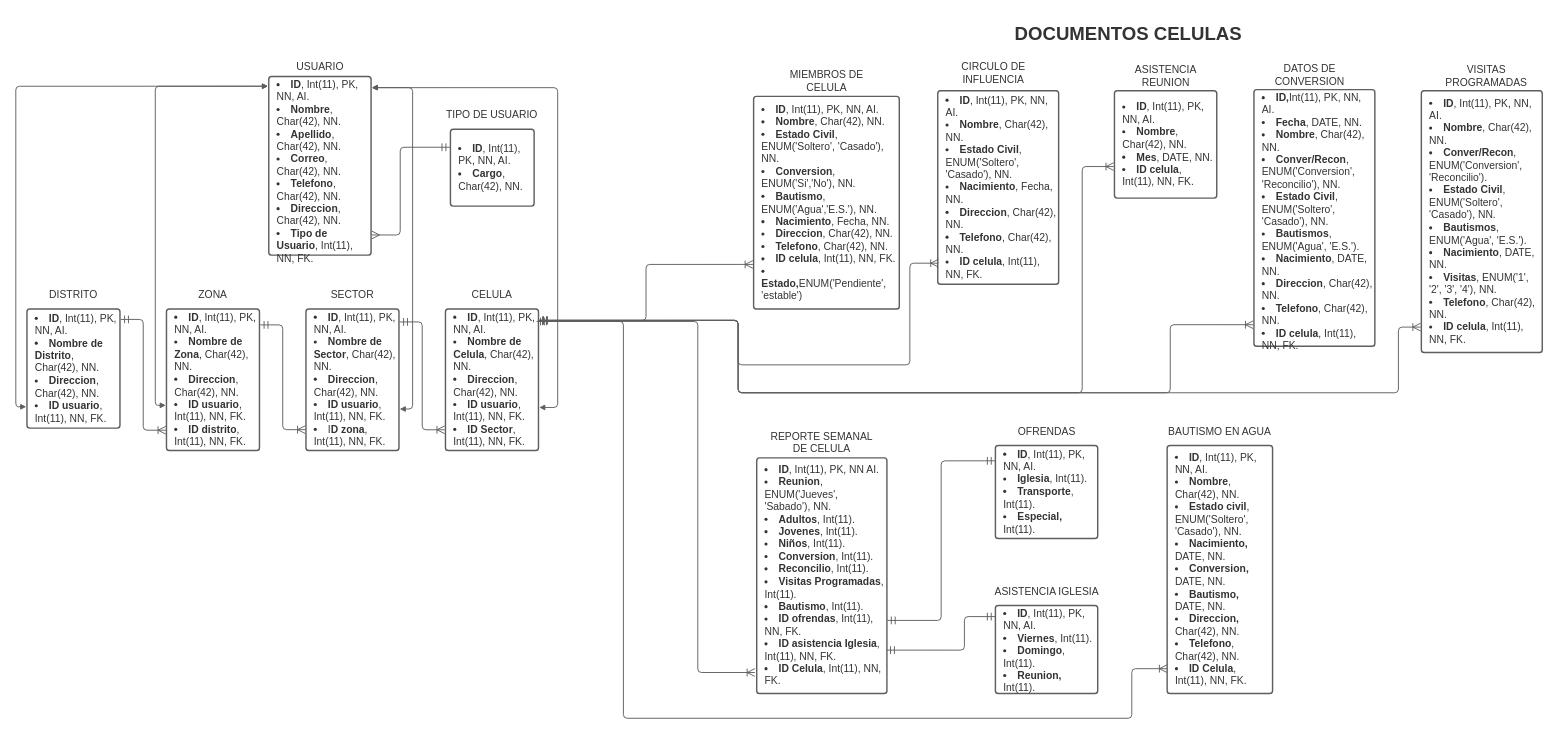
The draw.io diagram page "entidad-relacion" (1 of 2) of Diagrama 1.drawio in KJCarvajal/la-cosecha, before the edit. Source tidied: cells renumbered, new cells numbered last; positions are measured from the earlier drawing's top-left corner, leaving out a move shared by most shapes. Both pictures are drawn from the tidied source at 62%, with x=0, y=0 at pixel (16, 11).
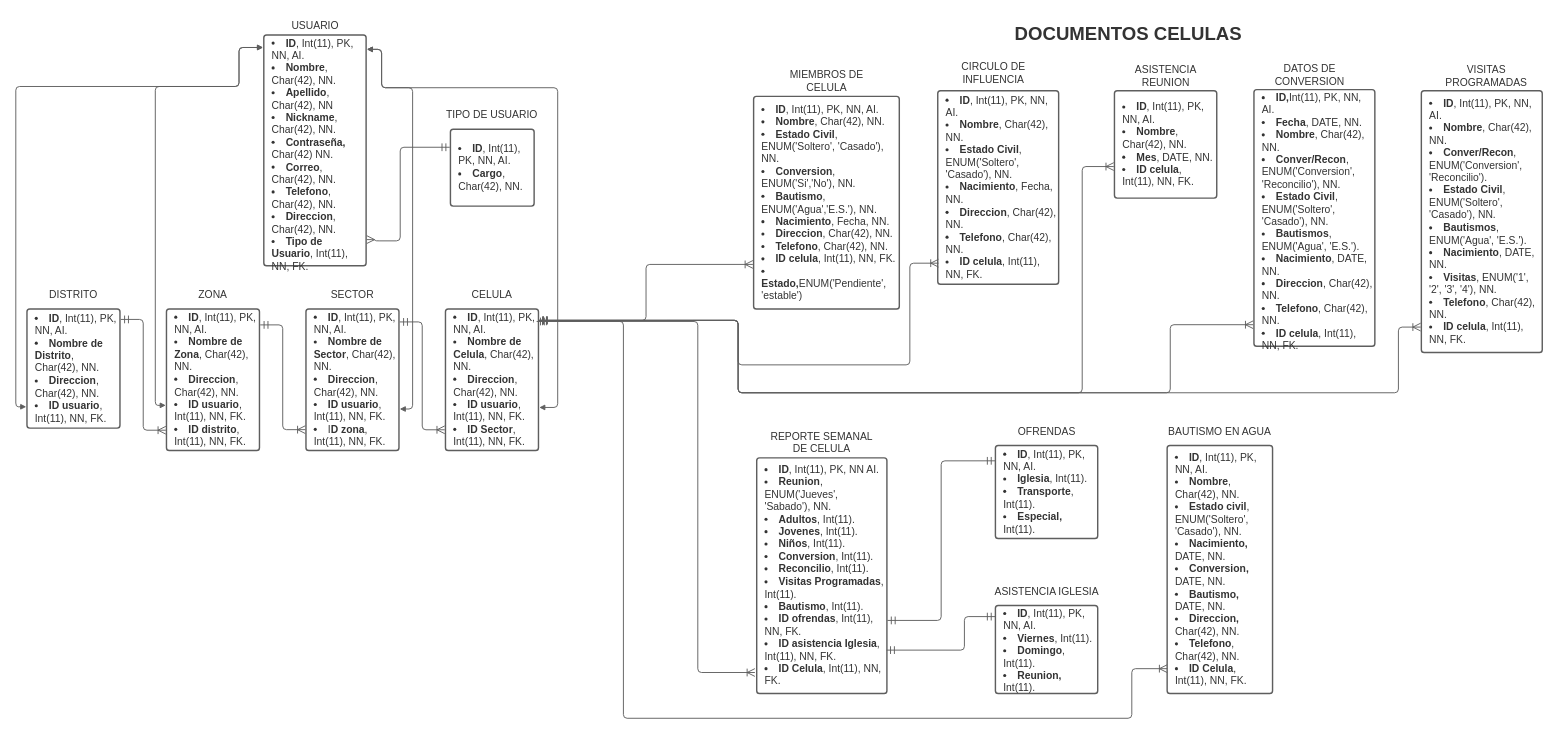
Above is the later version.

Unchanged cells that the change refers to:
```xml
<mxCell id="4" value="&lt;ul style=&quot;margin: 0px; padding-left: 10px;list-style-position: inside; list-style-type:disc&quot;&gt;&lt;li style=&quot;text-align:left;color:#333333;font-size:16.7px;&quot;&gt;&lt;span style=&quot;margin-left: 0px;margin-top: -2px;&quot;&gt;&lt;span style=&quot;font-size:16.7px;color:#333333;font-weight: bold;&quot;&gt;ID&lt;/span&gt;&lt;span style=&quot;font-size:16.7px;color:#333333;&quot;&gt;, Int(11), PK, NN, AI.&lt;/span&gt;&lt;/span&gt;&lt;/li&gt;&lt;li style=&quot;text-align:left;color:#333333;font-size:16.7px;&quot;&gt;&lt;span style=&quot;margin-left: 0px;margin-top: -2px;&quot;&gt;&lt;span style=&quot;font-size:16.7px;color:#333333;&quot;&gt;&lt;span style=&quot;font-size:16.7px;color:#333333;font-weight: bold;&quot;&gt;Cargo&lt;/span&gt;, Char(42), NN.&lt;/span&gt;&lt;/span&gt;&lt;/li&gt;&lt;/ul&gt;" style="html=1;overflow=block;blockSpacing=1;whiteSpace=wrap;fontSize=13;spacing=3.8;strokeColor=#5e5e5e;strokeOpacity=100;rounded=1;absoluteArcSize=1;arcSize=9;strokeWidth=2.3;" parent="1" vertex="1">
  <mxGeometry x="701" y="190" width="135" height="124" as="geometry" />
</mxCell>
<mxCell id="7" value="&lt;ul style=&quot;margin: 0px; padding-left: 10px;list-style-position: inside; list-style-type:disc&quot;&gt;&lt;li style=&quot;text-align:left;color:#333333;font-size:16.7px;&quot;&gt;&lt;span style=&quot;margin-left: 0px;margin-top: -2px;&quot;&gt;&lt;span style=&quot;font-size:16.7px;color:#333333;font-weight: bold;&quot;&gt;ID&lt;/span&gt;&lt;span style=&quot;font-size:16.7px;color:#333333;&quot;&gt;, Int(11), PK, NN, AI.&lt;/span&gt;&lt;/span&gt;&lt;/li&gt;&lt;li style=&quot;text-align:left;color:#333333;font-size:16.7px;&quot;&gt;&lt;span style=&quot;margin-left: 0px;margin-top: -2px;&quot;&gt;&lt;span style=&quot;font-size:16.7px;color:#333333;&quot;&gt;&lt;span style=&quot;font-size:16.7px;color:#333333;font-weight: bold;&quot;&gt;Nombre de Distrito&lt;/span&gt;, Char(42), NN.&lt;/span&gt;&lt;/span&gt;&lt;/li&gt;&lt;li style=&quot;text-align:left;color:#333333;font-size:16.7px;&quot;&gt;&lt;span style=&quot;margin-left: 0px;margin-top: -2px;&quot;&gt;&lt;span style=&quot;font-size:16.7px;color:#333333;&quot;&gt;&lt;span style=&quot;font-size:16.7px;color:#333333;font-weight: bold;&quot;&gt;Direccion&lt;/span&gt;, Char(42), NN.&lt;/span&gt;&lt;/span&gt;&lt;/li&gt;&lt;li style=&quot;text-align:left;color:#333333;font-size:16.7px;&quot;&gt;&lt;span style=&quot;margin-left: 0px;margin-top: -2px;&quot;&gt;&lt;span style=&quot;font-size:16.7px;color:#333333;&quot;&gt;&lt;span style=&quot;font-size:16.7px;color:#333333;font-weight: bold;&quot;&gt;ID usuario&lt;/span&gt;, Int(11), NN, FK.&lt;/span&gt;&lt;/span&gt;&lt;/li&gt;&lt;/ul&gt;" style="html=1;overflow=block;blockSpacing=1;whiteSpace=wrap;fontSize=13;spacing=3.8;strokeColor=#5e5e5e;strokeOpacity=100;rounded=1;absoluteArcSize=1;arcSize=9;strokeWidth=2.3;" parent="1" vertex="1">
  <mxGeometry x="18" y="480" width="150" height="192" as="geometry" />
</mxCell>
<mxCell id="8" value="&lt;ul style=&quot;margin: 0px; padding-left: 10px;list-style-position: inside; list-style-type:disc&quot;&gt;&lt;li style=&quot;text-align:left;color:#333333;font-size:16.7px;&quot;&gt;&lt;span style=&quot;margin-left: 0px;margin-top: -2px;&quot;&gt;&lt;span style=&quot;font-size:16.7px;color:#333333;font-weight: bold;&quot;&gt;ID&lt;/span&gt;&lt;span style=&quot;font-size:16.7px;color:#333333;&quot;&gt;, Int(11), PK, NN, AI.&lt;/span&gt;&lt;/span&gt;&lt;/li&gt;&lt;li style=&quot;text-align:left;color:#333333;font-size:16.7px;&quot;&gt;&lt;span style=&quot;margin-left: 0px;margin-top: -2px;&quot;&gt;&lt;span style=&quot;font-size:16.7px;color:#333333;&quot;&gt;&lt;span style=&quot;font-size:16.7px;color:#333333;font-weight: bold;&quot;&gt;Nombre de Zona&lt;/span&gt;, Char(42), NN.&lt;/span&gt;&lt;/span&gt;&lt;/li&gt;&lt;li style=&quot;text-align:left;color:#333333;font-size:16.7px;&quot;&gt;&lt;span style=&quot;margin-left: 0px;margin-top: -2px;&quot;&gt;&lt;span style=&quot;font-size:16.7px;color:#333333;&quot;&gt;&lt;span style=&quot;font-size:16.7px;color:#333333;font-weight: bold;&quot;&gt;Direccion&lt;/span&gt;, Char(42), NN.&lt;/span&gt;&lt;/span&gt;&lt;/li&gt;&lt;li style=&quot;text-align:left;color:#333333;font-size:16.7px;&quot;&gt;&lt;span style=&quot;margin-left: 0px;margin-top: -2px;&quot;&gt;&lt;span style=&quot;font-size:16.7px;color:#333333;&quot;&gt;&lt;span style=&quot;font-size:16.7px;color:#333333;font-weight: bold;&quot;&gt;ID usuario&lt;/span&gt;, Int(11), NN, FK.&lt;/span&gt;&lt;/span&gt;&lt;/li&gt;&lt;li style=&quot;text-align:left;color:#333333;font-size:16.7px;&quot;&gt;&lt;span style=&quot;margin-left: 0px;margin-top: -2px;&quot;&gt;&lt;span style=&quot;font-size:16.7px;color:#333333;&quot;&gt;&lt;span style=&quot;font-size:16.7px;color:#333333;font-weight: bold;&quot;&gt;ID distrito&lt;/span&gt;, Int(11), NN, FK.&lt;/span&gt;&lt;/span&gt;&lt;/li&gt;&lt;/ul&gt;" style="html=1;overflow=block;blockSpacing=1;whiteSpace=wrap;fontSize=13;spacing=3.8;strokeColor=#5e5e5e;strokeOpacity=100;rounded=1;absoluteArcSize=1;arcSize=9;strokeWidth=2.3;" parent="1" vertex="1">
  <mxGeometry x="243" y="480" width="150" height="228" as="geometry" />
</mxCell>
<mxCell id="11" value="&lt;ul style=&quot;margin: 0px; padding-left: 10px;list-style-position: inside; list-style-type:disc&quot;&gt;&lt;li style=&quot;text-align:left;color:#333333;font-size:16.7px;&quot;&gt;&lt;span style=&quot;margin-left: 0px;margin-top: -2px;&quot;&gt;&lt;span style=&quot;font-size:16.7px;color:#333333;font-weight: bold;&quot;&gt;ID&lt;/span&gt;&lt;span style=&quot;font-size:16.7px;color:#333333;&quot;&gt;, Int(11), PK, NN, AI.&lt;/span&gt;&lt;/span&gt;&lt;/li&gt;&lt;li style=&quot;text-align:left;color:#333333;font-size:16.7px;&quot;&gt;&lt;span style=&quot;margin-left: 0px;margin-top: -2px;&quot;&gt;&lt;span style=&quot;font-size:16.7px;color:#333333;&quot;&gt;&lt;span style=&quot;font-size:16.7px;color:#333333;font-weight: bold;&quot;&gt;Nombre de Sector&lt;/span&gt;, Char(42), NN.&lt;/span&gt;&lt;/span&gt;&lt;/li&gt;&lt;li style=&quot;text-align:left;color:#333333;font-size:16.7px;&quot;&gt;&lt;span style=&quot;margin-left: 0px;margin-top: -2px;&quot;&gt;&lt;span style=&quot;font-size:16.7px;color:#333333;&quot;&gt;&lt;span style=&quot;font-size:16.7px;color:#333333;font-weight: bold;&quot;&gt;Direccion&lt;/span&gt;, Char(42), NN.&lt;/span&gt;&lt;/span&gt;&lt;/li&gt;&lt;li style=&quot;text-align:left;color:#333333;font-size:16.7px;&quot;&gt;&lt;span style=&quot;margin-left: 0px;margin-top: -2px;&quot;&gt;&lt;span style=&quot;font-size:16.7px;color:#333333;&quot;&gt;&lt;span style=&quot;font-size:16.7px;color:#333333;font-weight: bold;&quot;&gt;ID usuario&lt;/span&gt;, Int(11), NN, FK.&lt;/span&gt;&lt;/span&gt;&lt;/li&gt;&lt;li style=&quot;text-align:left;color:#333333;font-size:16.7px;&quot;&gt;&lt;span style=&quot;margin-left: 0px;margin-top: -2px;&quot;&gt;&lt;span style=&quot;font-size:16.7px;color:#333333;&quot;&gt;&lt;span style=&quot;font-size:16.7px;color:#333333;&quot;&gt;I&lt;/span&gt;&lt;span style=&quot;font-size:16.7px;color:#333333;font-weight: bold;&quot;&gt;D zona&lt;/span&gt;, Int(11), NN, FK.&lt;/span&gt;&lt;/span&gt;&lt;/li&gt;&lt;/ul&gt;" style="html=1;overflow=block;blockSpacing=1;whiteSpace=wrap;fontSize=13;spacing=3.8;strokeColor=#5e5e5e;strokeOpacity=100;rounded=1;absoluteArcSize=1;arcSize=9;strokeWidth=2.3;" parent="1" vertex="1">
  <mxGeometry x="468" y="480" width="150" height="228" as="geometry" />
</mxCell>
<mxCell id="13" value="&lt;ul style=&quot;margin: 0px; padding-left: 10px;list-style-position: inside; list-style-type:disc&quot;&gt;&lt;li style=&quot;text-align:left;color:#333333;font-size:16.7px;&quot;&gt;&lt;span style=&quot;margin-left: 0px;margin-top: -2px;&quot;&gt;&lt;span style=&quot;font-size:16.7px;color:#333333;font-weight: bold;&quot;&gt;ID&lt;/span&gt;&lt;span style=&quot;font-size:16.7px;color:#333333;&quot;&gt;, Int(11), PK, NN, AI.&lt;/span&gt;&lt;/span&gt;&lt;/li&gt;&lt;li style=&quot;text-align:left;color:#333333;font-size:16.7px;&quot;&gt;&lt;span style=&quot;margin-left: 0px;margin-top: -2px;&quot;&gt;&lt;span style=&quot;font-size:16.7px;color:#333333;&quot;&gt;&lt;span style=&quot;font-size:16.7px;color:#333333;font-weight: bold;&quot;&gt;Nombre de Celula&lt;/span&gt;, Char(42), NN.&lt;/span&gt;&lt;/span&gt;&lt;/li&gt;&lt;li style=&quot;text-align:left;color:#333333;font-size:16.7px;&quot;&gt;&lt;span style=&quot;margin-left: 0px;margin-top: -2px;&quot;&gt;&lt;span style=&quot;font-size:16.7px;color:#333333;&quot;&gt;&lt;span style=&quot;font-size:16.7px;color:#333333;font-weight: bold;&quot;&gt;Direccion&lt;/span&gt;, Char(42), NN.&lt;/span&gt;&lt;/span&gt;&lt;/li&gt;&lt;li style=&quot;text-align:left;color:#333333;font-size:16.7px;&quot;&gt;&lt;span style=&quot;margin-left: 0px;margin-top: -2px;&quot;&gt;&lt;span style=&quot;font-size:16.7px;color:#333333;&quot;&gt;&lt;span style=&quot;font-size:16.7px;color:#333333;font-weight: bold;&quot;&gt;ID usuario&lt;/span&gt;, Int(11), NN, FK.&lt;/span&gt;&lt;/span&gt;&lt;/li&gt;&lt;li style=&quot;text-align:left;color:#333333;font-size:16.7px;&quot;&gt;&lt;span style=&quot;margin-left: 0px;margin-top: -2px;&quot;&gt;&lt;span style=&quot;font-size:16.7px;color:#333333;&quot;&gt;&lt;span style=&quot;font-size:16.7px;color:#333333;font-weight: bold;&quot;&gt;ID Sector&lt;/span&gt;, Int(11), NN, FK.&lt;/span&gt;&lt;/span&gt;&lt;/li&gt;&lt;/ul&gt;" style="html=1;overflow=block;blockSpacing=1;whiteSpace=wrap;fontSize=13;spacing=3.8;strokeColor=#5e5e5e;strokeOpacity=100;rounded=1;absoluteArcSize=1;arcSize=9;strokeWidth=2.3;" parent="1" vertex="1">
  <mxGeometry x="693" y="480" width="150" height="228" as="geometry" />
</mxCell>
```

What changed in the source:
```diff
@@
-    <mxCell id="2" value="&lt;ul style=&quot;margin: 0px; padding-left: 10px;list-style-position: inside; list-style-type:disc&quot;&gt;&lt;li style=&quot;text-align:left;color:#333333;font-size:16.7px;&quot;&gt;&lt;span style=&quot;margin-left: 0px;margin-top: -2px;&quot;&gt;&lt;span style=&quot;font-size:16.7px;color:#333333;font-weight: bold;&quot;&gt;ID&lt;/span&gt;&lt;span style=&quot;font-size:16.7px;color:#333333;&quot;&gt;, Int(11), PK, NN, AI.&lt;/span&gt;&lt;/span&gt;&lt;/li&gt;&lt;li style=&quot;text-align:left;color:#333333;font-size:16.7px;&quot;&gt;&lt;span style=&quot;margin-left: 0px;margin-top: -2px;&quot;&gt;&lt;span style=&quot;font-size:16.7px;color:#333333;&quot;&gt;&lt;span style=&quot;font-size:16.7px;color:#333333;font-weight: bold;&quot;&gt;Nombre&lt;/span&gt;, Char(42), NN.&lt;/span&gt;&lt;/span&gt;&lt;/li&gt;&lt;li style=&quot;text-align:left;color:#333333;font-size:16.7px;&quot;&gt;&lt;span style=&quot;margin-left: 0px;margin-top: -2px;&quot;&gt;&lt;span style=&quot;font-size:16.7px;color:#333333;&quot;&gt;&lt;span style=&quot;font-size:16.7px;color:#333333;font-weight: bold;&quot;&gt;Apellido&lt;/span&gt;, Char(42), NN.&lt;/span&gt;&lt;/span&gt;&lt;/li&gt;&lt;li style=&quot;text-align:left;color:#333333;font-size:16.7px;&quot;&gt;&lt;span style=&quot;margin-left: 0px;margin-top: -2px;&quot;&gt;&lt;span style=&quot;font-size:16.7px;color:#333333;&quot;&gt;&lt;span style=&quot;font-size:16.7px;color:#333333;font-weight: bold;&quot;&gt;Correo&lt;/span&gt;, Char(42), NN.&lt;/span&gt;&lt;/span&gt;&lt;/li&gt;&lt;li style=&quot;text-align:left;color:#333333;font-size:16.7px;&quot;&gt;&lt;span style=&quot;margin-left: 0px;margin-top: -2px;&quot;&gt;&lt;span style=&quot;font-size:16.7px;color:#333333;&quot;&gt;&lt;span style=&quot;font-size:16.7px;color:#333333;font-weight: bold;&quot;&gt;Telefono&lt;/span&gt;, Char(42), NN.&lt;/span&gt;&lt;/span&gt;&lt;/li&gt;&lt;li style=&quot;text-align:left;color:#333333;font-size:16.7px;&quot;&gt;&lt;span style=&quot;margin-left: 0px;margin-top: -2px;&quot;&gt;&lt;span style=&quot;font-size:16.7px;color:#333333;&quot;&gt;&lt;span style=&quot;font-size:16.7px;color:#333333;font-weight: bold;&quot;&gt;Direccion&lt;/span&gt;, Char(42), NN.&lt;/span&gt;&lt;/span&gt;&lt;/li&gt;&lt;li style=&quot;text-align:left;color:#333333;font-size:16.7px;&quot;&gt;&lt;span style=&quot;margin-left: 0px;margin-top: -2px;&quot;&gt;&lt;span style=&quot;font-size:16.7px;color:#333333;&quot;&gt;&lt;span style=&quot;font-size:16.7px;color:#333333;font-weight: bold;&quot;&gt;Tipo de Usuario&lt;/span&gt;, Int(11), NN, FK.&lt;/span&gt;&lt;/span&gt;&lt;/li&gt;&lt;/ul&gt;" style="html=1;overflow=block;blockSpacing=1;whiteSpace=wrap;fontSize=13;spacing=3.8;strokeColor=#5e5e5e;strokeOpacity=100;rounded=1;absoluteArcSize=1;arcSize=9;strokeWidth=2.3;" parent="1" vertex="1">
-      <mxGeometry x="408" y="105" width="165" height="288" as="geometry" />
+    <mxCell id="2" value="&lt;ul style=&quot;margin: 0px ; padding-left: 10px ; list-style-position: inside ; list-style-type: disc&quot;&gt;&lt;li style=&quot;text-align: left ; color: #333333 ; font-size: 16.7px&quot;&gt;&lt;span style=&quot;margin-left: 0px ; margin-top: -2px&quot;&gt;&lt;span style=&quot;font-size: 16.7px ; color: #333333 ; font-weight: bold&quot;&gt;ID&lt;/span&gt;&lt;span style=&quot;font-size: 16.7px ; color: #333333&quot;&gt;, Int(11), PK, NN, AI.&lt;/span&gt;&lt;/span&gt;&lt;/li&gt;&lt;li style=&quot;text-align: left ; color: #333333 ; font-size: 16.7px&quot;&gt;&lt;span style=&quot;margin-left: 0px ; margin-top: -2px&quot;&gt;&lt;span style=&quot;font-size: 16.7px ; color: #333333&quot;&gt;&lt;span style=&quot;font-size: 16.7px ; color: #333333 ; font-weight: bold&quot;&gt;Nombre&lt;/span&gt;, Char(42), NN.&lt;/span&gt;&lt;/span&gt;&lt;/li&gt;&lt;li style=&quot;text-align: left ; color: #333333 ; font-size: 16.7px&quot;&gt;&lt;span style=&quot;margin-left: 0px ; margin-top: -2px&quot;&gt;&lt;span style=&quot;font-size: 16.7px ; color: #333333&quot;&gt;&lt;span style=&quot;font-size: 16.7px ; color: #333333 ; font-weight: bold&quot;&gt;Apellido&lt;/span&gt;, Char(42), NN&lt;/span&gt;&lt;/span&gt;&lt;/li&gt;&lt;li style=&quot;text-align: left ; color: #333333 ; font-size: 16.7px&quot;&gt;&lt;span style=&quot;margin-left: 0px ; margin-top: -2px&quot;&gt;&lt;span style=&quot;font-size: 16.7px ; color: #333333&quot;&gt;&lt;b&gt;Nickname&lt;/b&gt;, Char(42), NN.&lt;br&gt;&lt;/span&gt;&lt;/span&gt;&lt;/li&gt;&lt;li style=&quot;text-align: left ; color: #333333 ; font-size: 16.7px&quot;&gt;&lt;span style=&quot;margin-left: 0px ; margin-top: -2px&quot;&gt;&lt;span style=&quot;font-size: 16.7px ; color: #333333&quot;&gt;&lt;b&gt;Contraseña, &lt;/b&gt;Char(42)&lt;b&gt; &lt;/b&gt;NN.&lt;/span&gt;&lt;/span&gt;&lt;/li&gt;&lt;li style=&quot;text-align: left ; color: #333333 ; font-size: 16.7px&quot;&gt;&lt;span style=&quot;margin-left: 0px ; margin-top: -2px&quot;&gt;&lt;span style=&quot;font-size: 16.7px ; color: #333333&quot;&gt;&lt;span style=&quot;font-size: 16.7px ; color: #333333 ; font-weight: bold&quot;&gt;Correo&lt;/span&gt;, Char(42), NN.&lt;/span&gt;&lt;/span&gt;&lt;/li&gt;&lt;li style=&quot;text-align: left ; color: #333333 ; font-size: 16.7px&quot;&gt;&lt;span style=&quot;margin-left: 0px ; margin-top: -2px&quot;&gt;&lt;span style=&quot;font-size: 16.7px ; color: #333333&quot;&gt;&lt;span style=&quot;font-size: 16.7px ; color: #333333 ; font-weight: bold&quot;&gt;Telefono&lt;/span&gt;, Char(42), NN.&lt;/span&gt;&lt;/span&gt;&lt;/li&gt;&lt;li style=&quot;text-align: left ; color: #333333 ; font-size: 16.7px&quot;&gt;&lt;span style=&quot;margin-left: 0px ; margin-top: -2px&quot;&gt;&lt;span style=&quot;font-size: 16.7px ; color: #333333&quot;&gt;&lt;span style=&quot;font-size: 16.7px ; color: #333333 ; font-weight: bold&quot;&gt;Direccion&lt;/span&gt;, Char(42), NN.&lt;/span&gt;&lt;/span&gt;&lt;/li&gt;&lt;li style=&quot;text-align: left ; color: #333333 ; font-size: 16.7px&quot;&gt;&lt;span style=&quot;margin-left: 0px ; margin-top: -2px&quot;&gt;&lt;span style=&quot;font-size: 16.7px ; color: #333333&quot;&gt;&lt;span style=&quot;font-size: 16.7px ; color: #333333 ; font-weight: bold&quot;&gt;Tipo de Usuario&lt;/span&gt;, Int(11), NN, FK.&lt;/span&gt;&lt;/span&gt;&lt;/li&gt;&lt;/ul&gt;" style="html=1;overflow=block;blockSpacing=1;whiteSpace=wrap;fontSize=13;spacing=3.8;strokeColor=#5e5e5e;strokeOpacity=100;rounded=1;absoluteArcSize=1;arcSize=9;strokeWidth=2.3;" parent="1" vertex="1">
+      <mxGeometry x="400" y="38" width="165" height="372" as="geometry" />
     </mxCell>
     <mxCell id="3" value="USUARIO" style="html=1;overflow=block;blockSpacing=1;whiteSpace=wrap;fontSize=16.7;fontColor=#333333;align=center;spacing=3.8;strokeOpacity=0;fillOpacity=0;rounded=1;absoluteArcSize=1;arcSize=9;fillColor=#ffffff;strokeWidth=2.3;" parent="1" vertex="1">
-      <mxGeometry x="401" y="67" width="180" height="45" as="geometry" />
+      <mxGeometry x="393" width="180" height="45" as="geometry" />
     </mxCell>
@@
     <mxCell id="5" style="html=1;jettySize=18;whiteSpace=wrap;overflow=block;blockSpacing=1;fontSize=13;strokeColor=#5E5E5E;strokeWidth=1.5;rounded=1;arcSize=12;edgeStyle=orthogonalEdgeStyle;startArrow=ERmany;startSize=10;endArrow=ERmandOne;endSize=10;exitX=1.007;exitY=0.887;exitPerimeter=0;entryX=-0.008;entryY=0.234;entryPerimeter=0;" parent="1" edge="1" source="2" target="4">
       <mxGeometry relative="1" as="geometry">
         <Array as="points">
-          <mxPoint x="620" y="360" />
+          <mxPoint x="580" y="368" />
+          <mxPoint x="580" y="370" />
+          <mxPoint x="620" y="370" />
           <mxPoint x="620" y="219" />
         </Array>
       </mxGeometry>
     </mxCell>
@@
     <mxCell id="15" style="html=1;jettySize=18;whiteSpace=wrap;overflow=block;blockSpacing=1;fontSize=13;strokeColor=#5E5E5E;strokeWidth=1.5;rounded=1;arcSize=12;edgeStyle=orthogonalEdgeStyle;startArrow=block;startFill=1;endArrow=block;endFill=1;exitX=-0.007;exitY=0.821;exitPerimeter=0;entryX=-0.007;entryY=0.054;entryPerimeter=0;" parent="1" edge="1" source="7" target="2">
       <mxGeometry relative="1" as="geometry">
         <Array as="points">
           <mxPoint y="638" />
           <mxPoint y="121" />
+          <mxPoint x="360" y="121" />
+          <mxPoint x="360" y="58" />
         </Array>
       </mxGeometry>
     </mxCell>
     <mxCell id="16" style="html=1;jettySize=18;whiteSpace=wrap;overflow=block;blockSpacing=1;fontSize=13;strokeColor=#5E5E5E;strokeWidth=1.5;rounded=1;arcSize=12;edgeStyle=orthogonalEdgeStyle;startArrow=block;startFill=1;endArrow=block;endFill=1;exitX=-0.007;exitY=0.681;exitPerimeter=0;entryX=-0.007;entryY=0.054;entryPerimeter=0;" parent="1" edge="1" source="8" target="2">
       <mxGeometry relative="1" as="geometry">
         <Array as="points">
           <mxPoint x="225" y="635" />
           <mxPoint x="225" y="121" />
+          <mxPoint x="360" y="121" />
+          <mxPoint x="360" y="58" />
         </Array>
       </mxGeometry>
     </mxCell>
     <mxCell id="17" style="html=1;jettySize=18;whiteSpace=wrap;overflow=block;blockSpacing=1;fontSize=13;strokeColor=#5E5E5E;strokeWidth=1.5;rounded=1;arcSize=12;edgeStyle=orthogonalEdgeStyle;startArrow=block;startFill=1;endArrow=block;endFill=1;exitX=1.008;exitY=0.707;exitPerimeter=0;entryX=1.007;entryY=0.062;entryPerimeter=0;" parent="1" edge="1" source="11" target="2">
       <mxGeometry relative="1" as="geometry">
         <Array as="points">
           <mxPoint x="640" y="641" />
           <mxPoint x="640" y="123" />
+          <mxPoint x="590" y="123" />
+          <mxPoint x="590" y="61" />
         </Array>
       </mxGeometry>
     </mxCell>
     <mxCell id="18" style="html=1;jettySize=18;whiteSpace=wrap;overflow=block;blockSpacing=1;fontSize=13;strokeColor=#5E5E5E;strokeWidth=1.5;rounded=1;arcSize=12;edgeStyle=orthogonalEdgeStyle;startArrow=block;startFill=1;endArrow=block;endFill=1;exitX=1.008;exitY=0.696;exitPerimeter=0;entryX=1.007;entryY=0.062;entryPerimeter=0;" parent="1" edge="1" source="13" target="2">
       <mxGeometry relative="1" as="geometry">
         <Array as="points">
           <mxPoint x="874" y="639" />
           <mxPoint x="874" y="123" />
+          <mxPoint x="590" y="123" />
+          <mxPoint x="590" y="61" />
         </Array>
       </mxGeometry>
     </mxCell>
```
